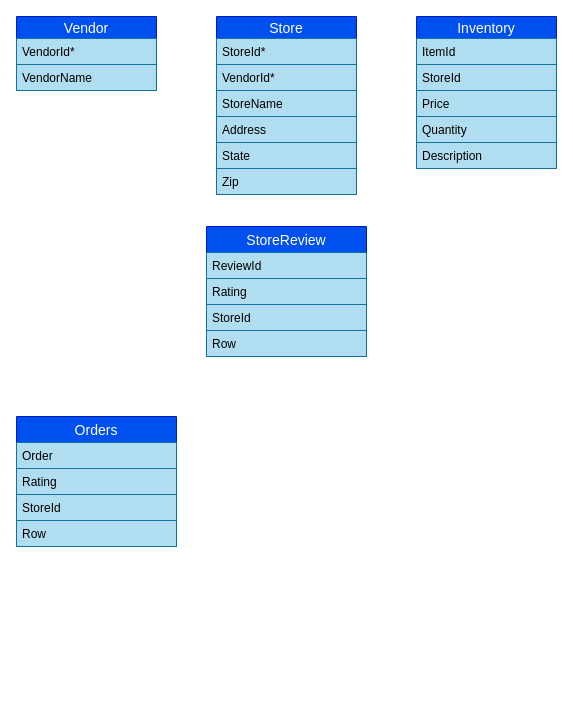
Above: DrivrER.drawio in jcorm714/Naybrr (draw.io), before the change. Source tidied: cells renumbered, new cells numbered last; positions are measured from the earlier drawing's top-left corner, leaving out a move shared by most shapes. Both pictures are drawn from the tidied source at 100%, with x=0, y=0 at pixel (16, 16).
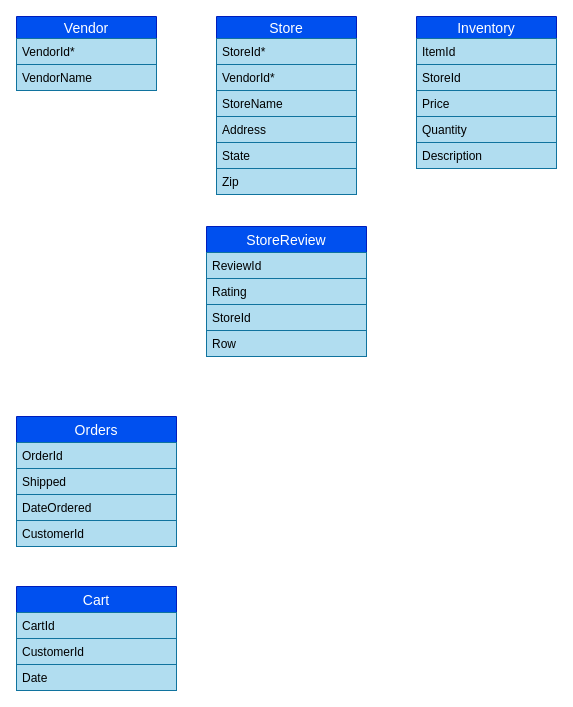
After the change.

Unchanged cells that the change refers to:
```xml
<mxCell id="23" value="Orders" style="swimlane;fontStyle=0;horizontal=1;startSize=26;align=center;fontSize=14;fillColor=#0050ef;strokeColor=#001DBC;fontColor=#ffffff;" parent="1" vertex="1">
  <mxGeometry y="400" width="160" height="130" as="geometry" />
</mxCell>
```

What changed in the source:
```diff
@@
-    <mxCell id="24" value="Order" style="text;strokeColor=#10739e;fillColor=#b1ddf0;spacingLeft=4;spacingRight=4;overflow=hidden;fontSize=12;" parent="23" vertex="1">
+    <mxCell id="24" value="OrderId" style="text;strokeColor=#10739e;fillColor=#b1ddf0;spacingLeft=4;spacingRight=4;overflow=hidden;fontSize=12;" parent="23" vertex="1">
       <mxGeometry y="26" width="160" height="26" as="geometry" />
     </mxCell>
-    <mxCell id="25" value="Rating" style="text;strokeColor=#10739e;fillColor=#b1ddf0;spacingLeft=4;spacingRight=4;overflow=hidden;fontSize=12;" parent="23" vertex="1">
-      <mxGeometry y="52" width="160" height="26" as="geometry" />
-    </mxCell>
-    <mxCell id="26" value="StoreId" style="text;strokeColor=#10739e;fillColor=#b1ddf0;spacingLeft=4;spacingRight=4;overflow=hidden;fontSize=12;" parent="23" vertex="1">
-      <mxGeometry y="78" width="160" height="26" as="geometry" />
+    <mxCell id="26" value="Shipped" style="text;strokeColor=#10739e;fillColor=#b1ddf0;spacingLeft=4;spacingRight=4;overflow=hidden;fontSize=12;" parent="23" vertex="1">
+      <mxGeometry y="52" width="160" height="26" as="geometry" />
     </mxCell>
+    <mxCell id="28" value="DateOrdered" style="text;strokeColor=#10739e;fillColor=#b1ddf0;spacingLeft=4;spacingRight=4;overflow=hidden;fontSize=12;" parent="23" vertex="1">
+      <mxGeometry y="78" width="160" height="26" as="geometry" />
+    </mxCell>
-    <mxCell id="27" value="Row" style="text;strokeColor=#10739e;fillColor=#b1ddf0;spacingLeft=4;spacingRight=4;overflow=hidden;fontSize=12;" parent="23" vertex="1">
+    <mxCell id="27" value="CustomerId" style="text;strokeColor=#10739e;fillColor=#b1ddf0;spacingLeft=4;spacingRight=4;overflow=hidden;fontSize=12;" parent="23" vertex="1">
       <mxGeometry y="104" width="160" height="26" as="geometry" />
     </mxCell>
+    <mxCell id="29" value="Cart" style="swimlane;fontStyle=0;horizontal=1;startSize=26;align=center;fontSize=14;fillColor=#0050ef;strokeColor=#001DBC;fontColor=#ffffff;" parent="1" vertex="1">
+      <mxGeometry y="570" width="160" height="104" as="geometry" />
+    </mxCell>
+    <mxCell id="30" value="CartId" style="text;strokeColor=#10739e;fillColor=#b1ddf0;spacingLeft=4;spacingRight=4;overflow=hidden;fontSize=12;" parent="29" vertex="1">
+      <mxGeometry y="26" width="160" height="26" as="geometry" />
+    </mxCell>
+    <mxCell id="31" value="CustomerId" style="text;strokeColor=#10739e;fillColor=#b1ddf0;spacingLeft=4;spacingRight=4;overflow=hidden;fontSize=12;" parent="29" vertex="1">
+      <mxGeometry y="52" width="160" height="26" as="geometry" />
+    </mxCell>
+    <mxCell id="32" value="Date" style="text;strokeColor=#10739e;fillColor=#b1ddf0;spacingLeft=4;spacingRight=4;overflow=hidden;fontSize=12;" parent="29" vertex="1">
+      <mxGeometry y="78" width="160" height="26" as="geometry" />
+    </mxCell>
```
